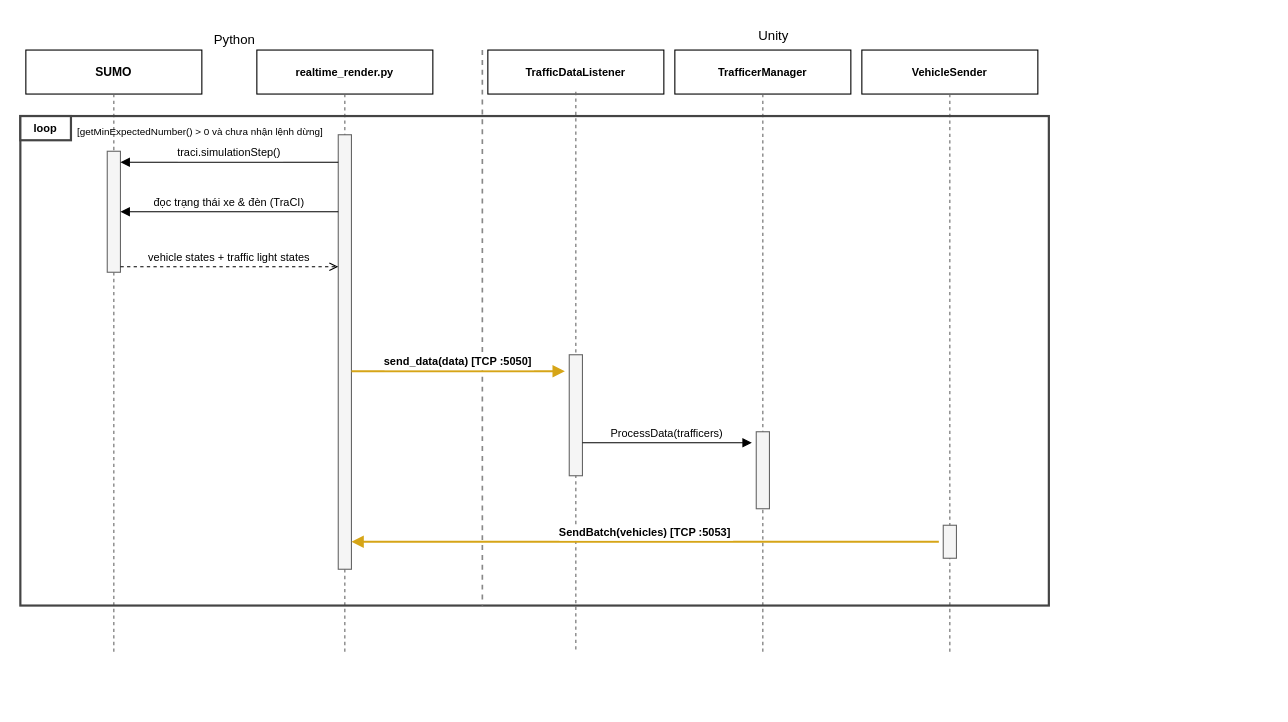
Earlier version of the draw.io diagram DiagramsCode/hinh4.4-trinh-tu-trao-doi.drawio (MinhHoang137/SUMO-GR1). Source tidied: cells renumbered, new cells numbered last; positions are measured from the earlier drawing's top-left corner, leaving out a move shared by most shapes. Both pictures are drawn from the tidied source at 110%, with x=0, y=0 at pixel (20, 19).
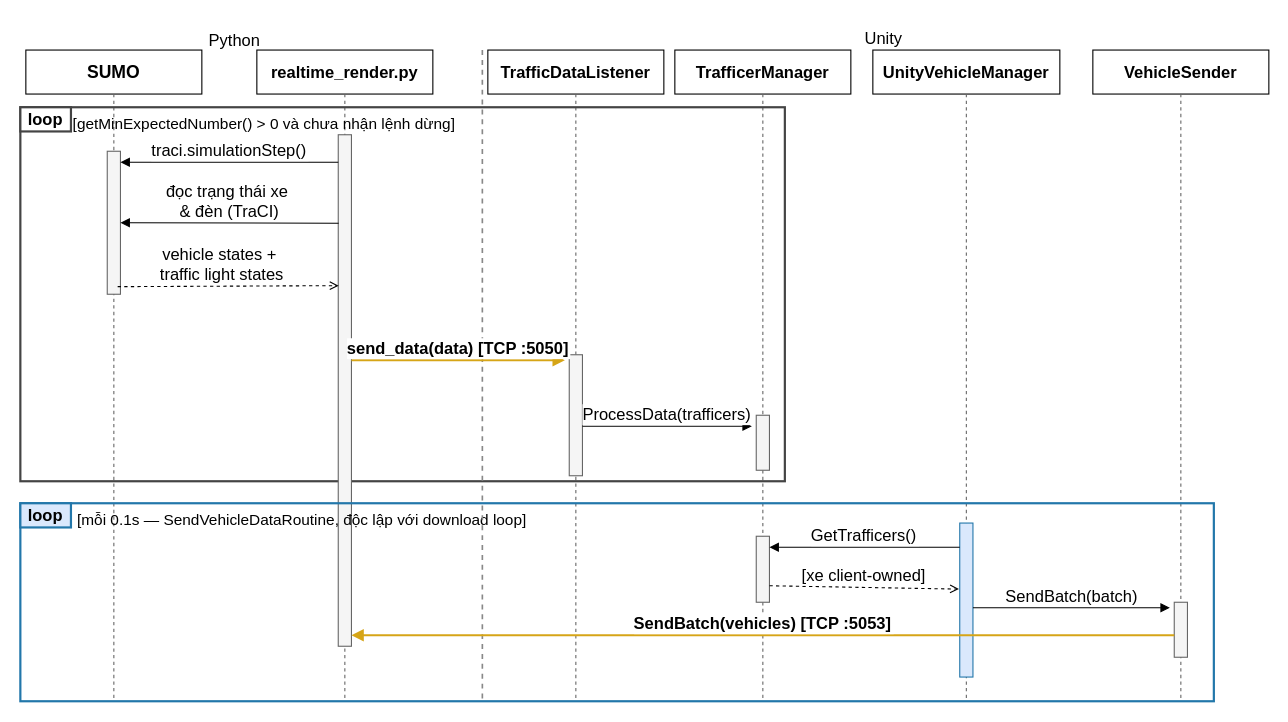
The same page after the edit.

The edit, as a diff of the source:
```diff
@@
-    <mxCell id="2" value="SUMO" style="rounded=0;whiteSpace=wrap;html=1;fillColor=#ffffff;strokeColor=#000000;fontStyle=1;fontSize=11;" parent="1" vertex="1">
+    <mxCell id="2" value="SUMO" style="rounded=0;whiteSpace=wrap;html=1;fillColor=#ffffff;strokeColor=#000000;fontStyle=1;fontSize=16;" parent="1" vertex="1">
       <mxGeometry x="5" y="28" width="160" height="40" as="geometry" />
     </mxCell>
-    <mxCell id="3" value="realtime_render.py" style="rounded=0;whiteSpace=wrap;html=1;fillColor=#ffffff;strokeColor=#000000;fontStyle=1;fontSize=10;" parent="1" vertex="1">
+    <mxCell id="3" value="realtime_render.py" style="rounded=0;whiteSpace=wrap;html=1;fillColor=#ffffff;strokeColor=#000000;fontStyle=1;fontSize=15;" parent="1" vertex="1">
       <mxGeometry x="215" y="28" width="160" height="40" as="geometry" />
     </mxCell>
-    <mxCell id="4" value="TrafficDataListener" style="rounded=0;whiteSpace=wrap;html=1;fillColor=#ffffff;strokeColor=#000000;fontStyle=1;fontSize=10;" parent="1" vertex="1">
+    <mxCell id="4" value="TrafficDataListener" style="rounded=0;whiteSpace=wrap;html=1;fillColor=#ffffff;strokeColor=#000000;fontStyle=1;fontSize=15;" parent="1" vertex="1">
       <mxGeometry x="425" y="28" width="160" height="40" as="geometry" />
     </mxCell>
-    <mxCell id="5" value="TrafficerManager" style="rounded=0;whiteSpace=wrap;html=1;fillColor=#ffffff;strokeColor=#000000;fontStyle=1;fontSize=10;" parent="1" vertex="1">
+    <mxCell id="5" value="TrafficerManager" style="rounded=0;whiteSpace=wrap;html=1;fillColor=#ffffff;strokeColor=#000000;fontStyle=1;fontSize=15;" parent="1" vertex="1">
       <mxGeometry x="595" y="28" width="160" height="40" as="geometry" />
     </mxCell>
-    <mxCell id="6" value="VehicleSender" style="rounded=0;whiteSpace=wrap;html=1;fillColor=#ffffff;strokeColor=#000000;fontStyle=1;fontSize=10;" parent="1" vertex="1">
-      <mxGeometry x="765" y="28" width="160" height="40" as="geometry" />
+    <mxCell id="6" value="UnityVehicleManager" style="rounded=0;whiteSpace=wrap;html=1;fillColor=#ffffff;strokeColor=#000000;fontStyle=1;fontSize=15;" parent="1" vertex="1">
+      <mxGeometry x="775" y="28" width="170" height="40" as="geometry" />
     </mxCell>
+    <mxCell id="29" value="VehicleSender" style="rounded=0;whiteSpace=wrap;html=1;fillColor=#ffffff;strokeColor=#000000;fontStyle=1;fontSize=15;" parent="1" vertex="1">
+      <mxGeometry x="975" y="28" width="160" height="40" as="geometry" />
+    </mxCell>
     <mxCell id="7" style="endArrow=none;dashed=1;strokeColor=#666666;" parent="1" edge="1">
       <mxGeometry relative="1" as="geometry">
         <mxPoint x="85" y="68" as="sourcePoint" />
-        <mxPoint x="85" y="575" as="targetPoint" />
+        <mxPoint x="85" y="620" as="targetPoint" />
       </mxGeometry>
     </mxCell>
     <mxCell id="8" style="endArrow=none;dashed=1;strokeColor=#666666;" parent="1" edge="1">
       <mxGeometry relative="1" as="geometry">
         <mxPoint x="295" y="68" as="sourcePoint" />
-        <mxPoint x="295" y="575" as="targetPoint" />
+        <mxPoint x="295" y="620" as="targetPoint" />
       </mxGeometry>
     </mxCell>
     <mxCell id="9" style="endArrow=none;dashed=1;strokeColor=#666666;" parent="1" edge="1">
       <mxGeometry relative="1" as="geometry">
-        <mxPoint x="505" y="66" as="sourcePoint" />
-        <mxPoint x="505" y="573" as="targetPoint" />
+        <mxPoint x="505" y="68" as="sourcePoint" />
+        <mxPoint x="505" y="620" as="targetPoint" />
       </mxGeometry>
     </mxCell>
     <mxCell id="10" style="endArrow=none;dashed=1;strokeColor=#666666;" parent="1" edge="1">
       <mxGeometry relative="1" as="geometry">
         <mxPoint x="675" y="68" as="sourcePoint" />
-        <mxPoint x="675" y="575" as="targetPoint" />
+        <mxPoint x="675" y="620" as="targetPoint" />
       </mxGeometry>
     </mxCell>
     <mxCell id="11" style="endArrow=none;dashed=1;strokeColor=#666666;" parent="1" edge="1">
       <mxGeometry relative="1" as="geometry">
-        <mxPoint x="845" y="68" as="sourcePoint" />
-        <mxPoint x="845" y="575" as="targetPoint" />
+        <mxPoint x="860" y="68" as="sourcePoint" />
+        <mxPoint x="860" y="620" as="targetPoint" />
       </mxGeometry>
     </mxCell>
+    <mxCell id="30" style="endArrow=none;dashed=1;strokeColor=#666666;" parent="1" edge="1">
+      <mxGeometry relative="1" as="geometry">
+        <mxPoint x="1055" y="68" as="sourcePoint" />
+        <mxPoint x="1055" y="620" as="targetPoint" />
+      </mxGeometry>
+    </mxCell>
     <mxCell id="12" style="rounded=0;whiteSpace=wrap;html=1;fillColor=none;strokeColor=#444444;strokeWidth=2;verticalAlign=top;align=left;spacingLeft=4;fontSize=9;" parent="1" vertex="1">
-      <mxGeometry y="88" width="935" height="445" as="geometry" />
+      <mxGeometry y="80" width="695" height="340" as="geometry" />
     </mxCell>
-    <mxCell id="13" value="loop" style="rounded=0;whiteSpace=wrap;html=1;fillColor=#ffffff;strokeColor=#444444;strokeWidth=2;fontSize=10;fontStyle=1;align=center;" parent="1" vertex="1">
-      <mxGeometry y="88" width="46" height="22" as="geometry" />
+    <mxCell id="13" value="loop" style="rounded=0;whiteSpace=wrap;html=1;fillColor=#ffffff;strokeColor=#444444;strokeWidth=2;fontSize=15;fontStyle=1;align=center;" parent="1" vertex="1">
+      <mxGeometry y="80" width="46" height="22" as="geometry" />
     </mxCell>
-    <mxCell id="14" value="[getMinExpectedNumber() &gt; 0 và chưa nhận lệnh dừng]" style="text;html=1;strokeColor=none;fillColor=none;fontSize=9;align=left;" parent="1" vertex="1">
-      <mxGeometry x="50" y="91" width="360" height="18" as="geometry" />
+    <mxCell id="14" value="[getMinExpectedNumber() &gt; 0 và chưa nhận lệnh dừng]" style="text;html=1;strokeColor=none;fillColor=none;fontSize=14;align=left;" parent="1" vertex="1">
+      <mxGeometry x="46" y="80" width="360" height="18" as="geometry" />
     </mxCell>
+    <mxCell id="16" style="fillColor=#f5f5f5;strokeColor=#666666;" parent="1" vertex="1">
+      <mxGeometry x="289" y="105" width="12" height="465" as="geometry" />
+    </mxCell>
+    <mxCell id="31" style="rounded=0;whiteSpace=wrap;html=1;fillColor=none;strokeColor=#2277aa;strokeWidth=2;verticalAlign=top;align=left;spacingLeft=4;fontSize=9;" parent="1" vertex="1">
+      <mxGeometry y="440" width="1085" height="180" as="geometry" />
+    </mxCell>
+    <mxCell id="32" value="loop" style="rounded=0;whiteSpace=wrap;html=1;fillColor=#dae8fc;strokeColor=#2277aa;strokeWidth=2;fontSize=15;fontStyle=1;align=center;" parent="1" vertex="1">
+      <mxGeometry y="440" width="46" height="22" as="geometry" />
+    </mxCell>
+    <mxCell id="33" value="[mỗi 0.1s — SendVehicleDataRoutine, độc lập với download loop]" style="text;html=1;strokeColor=none;fillColor=none;fontSize=14;align=left;" parent="1" vertex="1">
+      <mxGeometry x="50" y="440" width="500" height="18" as="geometry" />
+    </mxCell>
+    <mxCell id="27" value="Python" style="text;html=1;whiteSpace=wrap;strokeColor=none;fillColor=none;align=center;verticalAlign=middle;rounded=0;fontSize=15;" parent="1" vertex="1">
+      <mxGeometry x="165" y="10" width="60" height="18" as="geometry" />
+    </mxCell>
+    <mxCell id="28" value="Unity" style="text;html=1;whiteSpace=wrap;strokeColor=none;fillColor=none;align=center;verticalAlign=middle;rounded=0;fontSize=15;" parent="1" vertex="1">
+      <mxGeometry x="755" y="2" width="60" height="30" as="geometry" />
+    </mxCell>
     <mxCell id="15" style="endArrow=none;dashed=1;strokeColor=#888888;strokeWidth=1.5;" parent="1" edge="1">
       <mxGeometry relative="1" as="geometry">
         <mxPoint x="420" y="28" as="sourcePoint" />
-        <mxPoint x="420" y="533" as="targetPoint" />
+        <mxPoint x="420" y="620" as="targetPoint" />
       </mxGeometry>
     </mxCell>
-    <mxCell id="16" style="fillColor=#f5f5f5;strokeColor=#666666;" parent="1" vertex="1">
-      <mxGeometry x="289" y="105" width="12" height="395" as="geometry" />
-    </mxCell>
     <mxCell id="17" style="fillColor=#f5f5f5;strokeColor=#666666;" parent="1" vertex="1">
-      <mxGeometry x="79" y="120" width="12" height="110" as="geometry" />
+      <mxGeometry x="79" y="120" width="12" height="130" as="geometry" />
     </mxCell>
@@
     <mxCell id="19" style="fillColor=#f5f5f5;strokeColor=#666666;" parent="1" vertex="1">
-      <mxGeometry x="669" y="375" width="12" height="70" as="geometry" />
+      <mxGeometry x="669" y="360" width="12" height="50" as="geometry" />
     </mxCell>
+    <mxCell id="34" style="fillColor=#f5f5f5;strokeColor=#666666;" parent="1" vertex="1">
+      <mxGeometry x="669" y="470" width="12" height="60" as="geometry" />
+    </mxCell>
-    <mxCell id="20" style="fillColor=#f5f5f5;strokeColor=#666666;" parent="1" vertex="1">
-      <mxGeometry x="839" y="460" width="12" height="30" as="geometry" />
+    <mxCell id="20" style="fillColor=#dae8fc;strokeColor=#2277aa;" parent="1" vertex="1">
+      <mxGeometry x="854" y="458" width="12" height="140" as="geometry" />
     </mxCell>
+    <mxCell id="35" style="fillColor=#f5f5f5;strokeColor=#666666;" parent="1" vertex="1">
+      <mxGeometry x="1049" y="530" width="12" height="50" as="geometry" />
+    </mxCell>
-    <mxCell id="21" value="traci.simulationStep()" style="endArrow=block;endFill=1;fontSize=10;align=center;verticalAlign=bottom;" parent="1" edge="1">
+    <mxCell id="21" value="traci.simulationStep()" style="endArrow=block;endFill=1;fontSize=15;align=center;verticalAlign=bottom;" parent="1" edge="1">
       <mxGeometry relative="1" as="geometry">
         <mxPoint x="289" y="130" as="sourcePoint" />
         <mxPoint x="91" y="130" as="targetPoint" />
       </mxGeometry>
     </mxCell>
-    <mxCell id="22" value="đọc trạng thái xe &amp; đèn (TraCI)" style="endArrow=block;endFill=1;fontSize=10;align=center;verticalAlign=bottom;" parent="1" edge="1">
-      <mxGeometry relative="1" as="geometry">
-        <mxPoint x="289" y="175" as="sourcePoint" />
-        <mxPoint x="91" y="175" as="targetPoint" />
-      </mxGeometry>
+    <mxCell id="22" value="đọc trạng thái xe &#10;&amp; đèn (TraCI)" style="endArrow=block;endFill=1;fontSize=15;align=center;verticalAlign=bottom;entryX=1;entryY=0.5;entryDx=0;entryDy=0;exitX=0.031;exitY=0.173;exitDx=0;exitDy=0;exitPerimeter=0;" parent="1" edge="1" source="16" target="17">
+      <mxGeometry relative="1" as="geometry" />
     </mxCell>
-    <mxCell id="23" value="vehicle states + traffic light states" style="endArrow=open;endFill=0;dashed=1;fontSize=10;align=center;verticalAlign=bottom;" parent="1" edge="1">
-      <mxGeometry relative="1" as="geometry">
-        <mxPoint x="91" y="225" as="sourcePoint" />
-        <mxPoint x="289" y="225" as="targetPoint" />
-      </mxGeometry>
+    <mxCell id="23" value="vehicle states + &#10;traffic light states" style="endArrow=open;endFill=0;dashed=1;fontSize=15;align=center;verticalAlign=bottom;exitX=0.788;exitY=0.947;exitDx=0;exitDy=0;entryX=0.031;entryY=0.295;entryDx=0;entryDy=0;entryPerimeter=0;exitPerimeter=0;" parent="1" edge="1" source="17" target="16">
+      <mxGeometry x="-0.05" relative="1" as="geometry" />
     </mxCell>
-    <mxCell id="24" value="send_data(data)  [TCP :5050]" style="endArrow=block;endFill=1;fontSize=10;align=center;verticalAlign=bottom;strokeWidth=2;strokeColor=#d6a517;fontStyle=1;" parent="1" edge="1">
+    <mxCell id="24" value="send_data(data)  [TCP :5050]" style="endArrow=block;endFill=1;fontSize=15;align=center;verticalAlign=bottom;strokeWidth=2;strokeColor=#d6a517;fontStyle=1;" parent="1" edge="1">
       <mxGeometry relative="1" as="geometry">
-        <mxPoint x="301" y="320" as="sourcePoint" />
-        <mxPoint x="495" y="320" as="targetPoint" />
+        <mxPoint x="301" y="310" as="sourcePoint" />
+        <mxPoint x="495" y="310" as="targetPoint" />
       </mxGeometry>
     </mxCell>
-    <mxCell id="25" value="ProcessData(trafficers)" style="endArrow=block;endFill=1;fontSize=10;align=center;verticalAlign=bottom;" parent="1" edge="1">
+    <mxCell id="25" value="ProcessData(trafficers)" style="endArrow=block;endFill=1;fontSize=15;align=center;verticalAlign=bottom;" parent="1" edge="1">
       <mxGeometry relative="1" as="geometry">
-        <mxPoint x="511" y="385" as="sourcePoint" />
-        <mxPoint x="665" y="385" as="targetPoint" />
+        <mxPoint x="511" y="370" as="sourcePoint" />
+        <mxPoint x="665" y="370" as="targetPoint" />
       </mxGeometry>
     </mxCell>
+    <mxCell id="36" value="GetTrafficers()" style="endArrow=block;endFill=1;fontSize=15;align=center;verticalAlign=bottom;" parent="1" edge="1">
+      <mxGeometry relative="1" as="geometry">
+        <mxPoint x="854" y="480" as="sourcePoint" />
+        <mxPoint x="681" y="480" as="targetPoint" />
+      </mxGeometry>
+    </mxCell>
+    <mxCell id="37" value="[xe client-owned]" style="endArrow=open;endFill=0;dashed=1;fontSize=15;align=center;verticalAlign=bottom;exitX=1;exitY=0.75;exitDx=0;exitDy=0;entryX=-0.061;entryY=0.429;entryDx=0;entryDy=0;entryPerimeter=0;" parent="1" edge="1" source="34" target="20">
+      <mxGeometry relative="1" as="geometry" />
+    </mxCell>
+    <mxCell id="38" value="SendBatch(batch)" style="endArrow=block;endFill=1;fontSize=15;align=center;verticalAlign=bottom;" parent="1" edge="1">
+      <mxGeometry relative="1" as="geometry">
+        <mxPoint x="866" y="535" as="sourcePoint" />
+        <mxPoint x="1045" y="535" as="targetPoint" />
+      </mxGeometry>
+    </mxCell>
-    <mxCell id="26" value="SendBatch(vehicles)  [TCP :5053]" style="endArrow=block;endFill=1;fontSize=10;align=center;verticalAlign=bottom;strokeWidth=2;strokeColor=#d6a517;fontStyle=1;" parent="1" edge="1">
+    <mxCell id="26" value="SendBatch(vehicles)  [TCP :5053]" style="endArrow=block;endFill=1;fontSize=15;align=center;verticalAlign=bottom;strokeWidth=2;strokeColor=#d6a517;fontStyle=1;" parent="1" edge="1">
       <mxGeometry relative="1" as="geometry">
-        <mxPoint x="835" y="475" as="sourcePoint" />
-        <mxPoint x="301" y="475" as="targetPoint" />
+        <mxPoint x="1049" y="560" as="sourcePoint" />
+        <mxPoint x="301" y="560" as="targetPoint" />
       </mxGeometry>
     </mxCell>
-    <mxCell id="27" value="Python" style="text;html=1;whiteSpace=wrap;strokeColor=none;fillColor=none;align=center;verticalAlign=middle;rounded=0;" parent="1" vertex="1">
-      <mxGeometry x="165" y="10" width="60" height="18" as="geometry" />
-    </mxCell>
-    <mxCell id="28" value="Unity" style="text;html=1;whiteSpace=wrap;strokeColor=none;fillColor=none;align=center;verticalAlign=middle;rounded=0;" parent="1" vertex="1">
-      <mxGeometry x="655" width="60" height="30" as="geometry" />
-    </mxCell>
```
